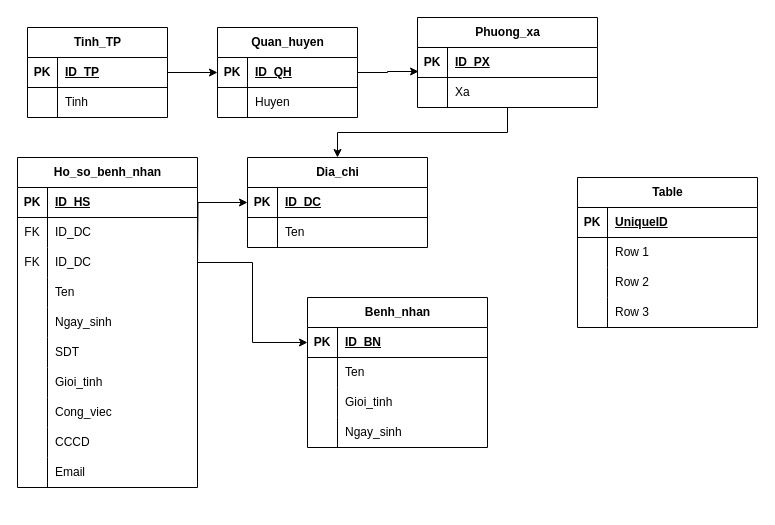
PhuThuan/test1 keeps this draw.io diagram as Untitled1 Diagram.drawio. Above is the earlier version. Source tidied: cells renumbered, new cells numbered last; positions are measured from the earlier drawing's top-left corner, leaving out a move shared by most shapes. Both pictures are drawn from the tidied source at 100%, with x=0, y=0 at pixel (17, 17).
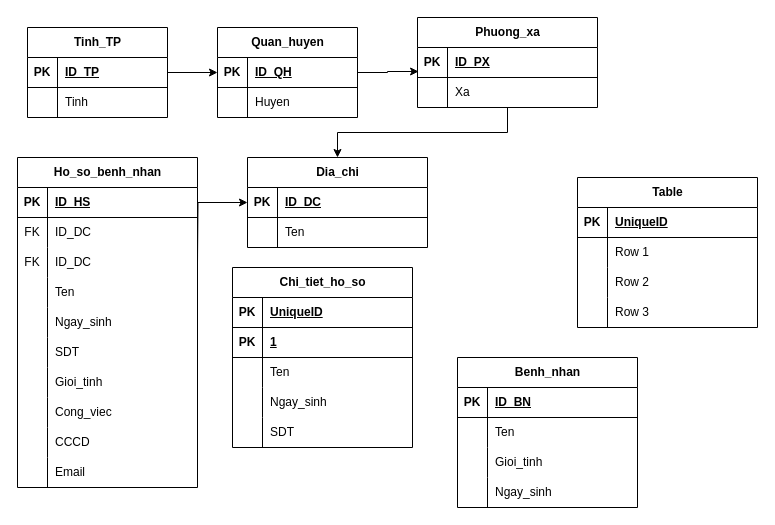
After the change.

The change refers to these unchanged cells:
```xml
<mxCell id="40" style="shape=tableRow;horizontal=0;startSize=0;swimlaneHead=0;swimlaneBody=0;fillColor=none;points=[[0,0.5],[1,0.5]];portConstraint=eastwest;top=0;left=0;right=0;bottom=0;" parent="33" vertex="1">
  <mxGeometry y="90" width="180" height="30" as="geometry" />
</mxCell>
<mxCell id="65" style="shape=tableRow;horizontal=0;startSize=0;swimlaneHead=0;swimlaneBody=0;fillColor=none;points=[[0,0.5],[1,0.5]];portConstraint=eastwest;top=0;left=0;right=0;bottom=1;" parent="64" vertex="1">
  <mxGeometry y="30" width="180" height="30" as="geometry" />
</mxCell>
```

Change to the diagram source:
```diff
@@
     <mxCell id="64" value="Benh_nhan" style="shape=table;startSize=30;childLayout=tableLayout;rowLines=0;fontStyle=1;align=center;html=1;" parent="1" vertex="1">
-      <mxGeometry x="290" y="280" width="180" height="150" as="geometry" />
+      <mxGeometry x="440" y="340" width="180" height="150" as="geometry" />
     </mxCell>
@@
-    <mxCell id="92" style="edgeStyle=orthogonalEdgeStyle;rounded=0;jettySize=auto;html=1;fontFamily=Helvetica;fontSize=12;fontColor=default;startSize=0;" parent="1" edge="1" source="40" target="65">
-      <mxGeometry relative="1" as="geometry" />
-    </mxCell>
+    <mxCell id="93" value="Chi_tiet_ho_so" style="shape=table;startSize=30;childLayout=tableLayout;rowLines=0;fontStyle=1;align=center;html=1;" parent="1" vertex="1">
+      <mxGeometry x="215" y="250" width="180" height="180" as="geometry" />
+    </mxCell>
+    <mxCell id="94" style="shape=tableRow;horizontal=0;startSize=0;swimlaneHead=0;swimlaneBody=0;fillColor=none;top=0;left=0;right=0;bottom=1;" parent="93" vertex="1">
+      <mxGeometry y="30" width="180" height="30" as="geometry" />
+    </mxCell>
+    <mxCell id="95" value="PK" style="shape=partialRectangle;fillColor=none;top=0;left=0;bottom=0;right=0;fontStyle=1;overflow=hidden;whiteSpace=wrap;html=1;" parent="94" vertex="1">
+      <mxGeometry width="30" height="30" as="geometry" />
+    </mxCell>
+    <mxCell id="96" value="UniqueID" style="shape=partialRectangle;fillColor=none;top=0;left=0;bottom=0;right=0;align=left;spacingLeft=6;fontStyle=5;overflow=hidden;whiteSpace=wrap;html=1;" parent="94" vertex="1">
+      <mxGeometry x="30" width="150" height="30" as="geometry" />
+    </mxCell>
+    <mxCell id="97" style="shape=tableRow;horizontal=0;startSize=0;swimlaneHead=0;swimlaneBody=0;fillColor=none;top=0;left=0;right=0;bottom=1;" parent="93" vertex="1">
+      <mxGeometry y="60" width="180" height="30" as="geometry" />
+    </mxCell>
+    <mxCell id="98" value="PK" style="shape=partialRectangle;fillColor=none;top=0;left=0;bottom=0;right=0;fontStyle=1;overflow=hidden;whiteSpace=wrap;html=1;" parent="97" vertex="1">
+      <mxGeometry width="30" height="30" as="geometry" />
+    </mxCell>
+    <mxCell id="99" value="1" style="shape=partialRectangle;fillColor=none;top=0;left=0;bottom=0;right=0;align=left;spacingLeft=6;fontStyle=5;overflow=hidden;whiteSpace=wrap;html=1;" parent="97" vertex="1">
+      <mxGeometry x="30" width="150" height="30" as="geometry" />
+    </mxCell>
+    <mxCell id="100" style="shape=tableRow;horizontal=0;startSize=0;swimlaneHead=0;swimlaneBody=0;fillColor=none;top=0;left=0;right=0;bottom=0;" parent="93" vertex="1">
+      <mxGeometry y="90" width="180" height="30" as="geometry" />
+    </mxCell>
+    <mxCell id="101" style="shape=partialRectangle;fillColor=none;top=0;left=0;bottom=0;right=0;overflow=hidden;whiteSpace=wrap;html=1;" parent="100" vertex="1">
+      <mxGeometry width="30" height="30" as="geometry" />
+    </mxCell>
+    <mxCell id="102" value="Ten" style="shape=partialRectangle;fillColor=none;top=0;left=0;bottom=0;right=0;align=left;spacingLeft=6;overflow=hidden;whiteSpace=wrap;html=1;" parent="100" vertex="1">
+      <mxGeometry x="30" width="150" height="30" as="geometry" />
+    </mxCell>
+    <mxCell id="103" style="shape=tableRow;horizontal=0;startSize=0;swimlaneHead=0;swimlaneBody=0;fillColor=none;top=0;left=0;right=0;bottom=0;" parent="93" vertex="1">
+      <mxGeometry y="120" width="180" height="30" as="geometry" />
+    </mxCell>
+    <mxCell id="104" style="shape=partialRectangle;fillColor=none;top=0;left=0;bottom=0;right=0;overflow=hidden;whiteSpace=wrap;html=1;" parent="103" vertex="1">
+      <mxGeometry width="30" height="30" as="geometry" />
+    </mxCell>
+    <mxCell id="105" value="Ngay_sinh" style="shape=partialRectangle;fillColor=none;top=0;left=0;bottom=0;right=0;align=left;spacingLeft=6;overflow=hidden;whiteSpace=wrap;html=1;" parent="103" vertex="1">
+      <mxGeometry x="30" width="150" height="30" as="geometry" />
+    </mxCell>
+    <mxCell id="106" style="shape=tableRow;horizontal=0;startSize=0;swimlaneHead=0;swimlaneBody=0;fillColor=none;top=0;left=0;right=0;bottom=0;" parent="93" vertex="1">
+      <mxGeometry y="150" width="180" height="30" as="geometry" />
+    </mxCell>
+    <mxCell id="107" style="shape=partialRectangle;fillColor=none;top=0;left=0;bottom=0;right=0;overflow=hidden;whiteSpace=wrap;html=1;" parent="106" vertex="1">
+      <mxGeometry width="30" height="30" as="geometry" />
+    </mxCell>
+    <mxCell id="108" value="SDT" style="shape=partialRectangle;fillColor=none;top=0;left=0;bottom=0;right=0;align=left;spacingLeft=6;overflow=hidden;whiteSpace=wrap;html=1;" parent="106" vertex="1">
+      <mxGeometry x="30" width="150" height="30" as="geometry" />
+    </mxCell>
```
